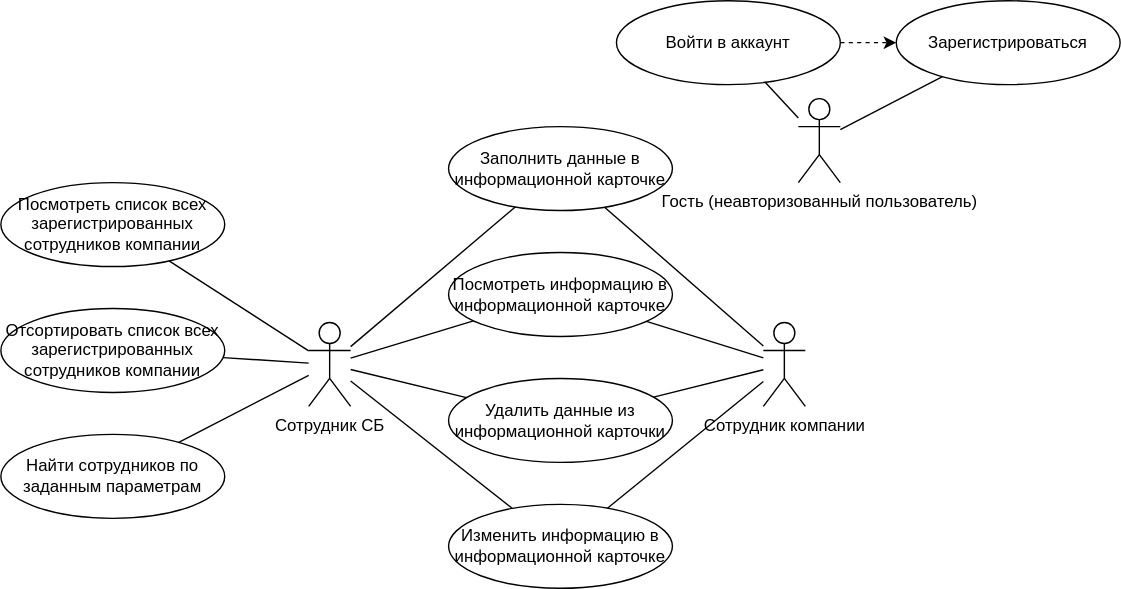
Earlier version of the draw.io export diagrams/use-case.svg (pstpn/PPO). Source tidied: cells renumbered, new cells last; positions are measured from the earlier drawing's top-left corner, leaving out a move shared by most shapes.
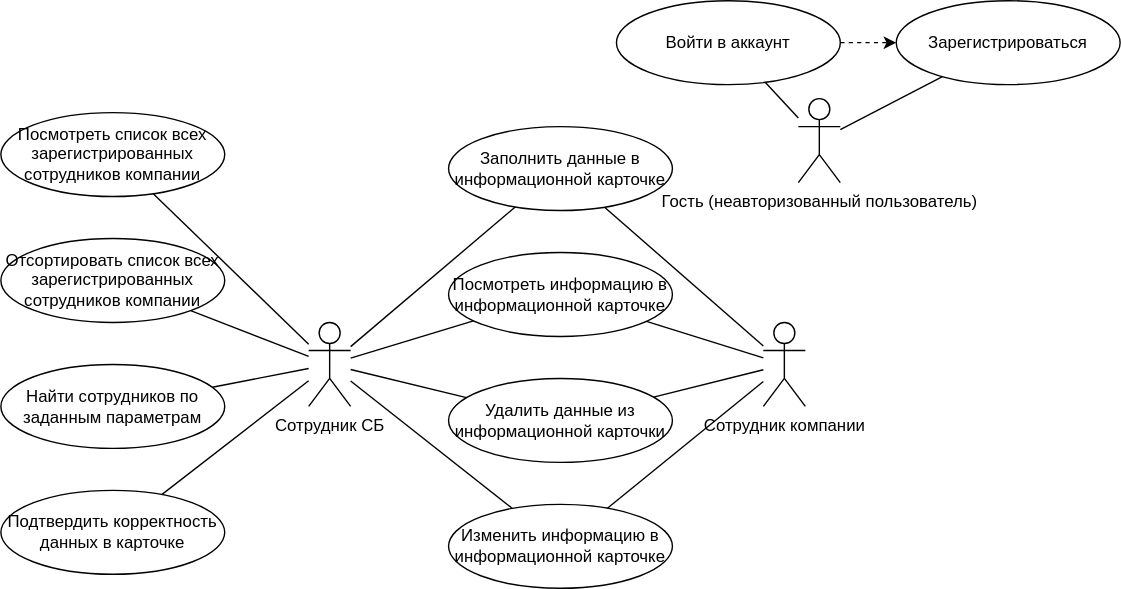
Later version of the same file.

Commit message:
updating ER and use-case

The edit, as a diff of the source:
```diff
@@ -33,7 +33,7 @@
       <mxGeometry relative="1" as="geometry" />
     </mxCell>
     <mxCell id="12" value="Посмотреть список всех зарегистрированных сотрудников компании" style="ellipse;whiteSpace=wrap;html=1;" parent="1" vertex="1">
-      <mxGeometry y="130" width="160" height="60" as="geometry" />
+      <mxGeometry y="80" width="160" height="60" as="geometry" />
     </mxCell>
     <mxCell id="13" style="endArrow=none;html=1;rounded=0;" parent="1" edge="1" source="2" target="12">
       <mxGeometry relative="1" as="geometry" />
@@ -51,13 +51,13 @@
       <mxGeometry relative="1" as="geometry" />
     </mxCell>
     <mxCell id="18" value="Найти сотрудников по заданным параметрам" style="ellipse;whiteSpace=wrap;html=1;" parent="1" vertex="1">
-      <mxGeometry y="310" width="160" height="60" as="geometry" />
+      <mxGeometry y="260" width="160" height="60" as="geometry" />
     </mxCell>
     <mxCell id="19" style="endArrow=none;html=1;rounded=0;" parent="1" edge="1" source="18" target="2">
       <mxGeometry relative="1" as="geometry" />
     </mxCell>
     <mxCell id="20" value="Отсортировать список всех зарегистрированных сотрудников компании" style="ellipse;whiteSpace=wrap;html=1;" parent="1" vertex="1">
-      <mxGeometry y="220" width="160" height="60" as="geometry" />
+      <mxGeometry y="170" width="160" height="60" as="geometry" />
     </mxCell>
     <mxCell id="21" style="endArrow=none;html=1;rounded=0;" parent="1" edge="1" source="2" target="20">
       <mxGeometry relative="1" as="geometry" />
@@ -80,5 +80,11 @@
     <mxCell id="27" style="endArrow=none;html=1;rounded=0;" parent="1" edge="1" source="2" target="22">
       <mxGeometry relative="1" as="geometry" />
     </mxCell>
+    <mxCell id="28" value="Подтвердить корректность данных в карточке" style="ellipse;whiteSpace=wrap;html=1;" parent="1" vertex="1">
+      <mxGeometry y="350" width="160" height="60" as="geometry" />
+    </mxCell>
+    <mxCell id="29" style="endArrow=none;html=1;rounded=0;" parent="1" edge="1" source="28" target="2">
+      <mxGeometry relative="1" as="geometry" />
+    </mxCell>
   </root>
 </mxGraphModel>
```
